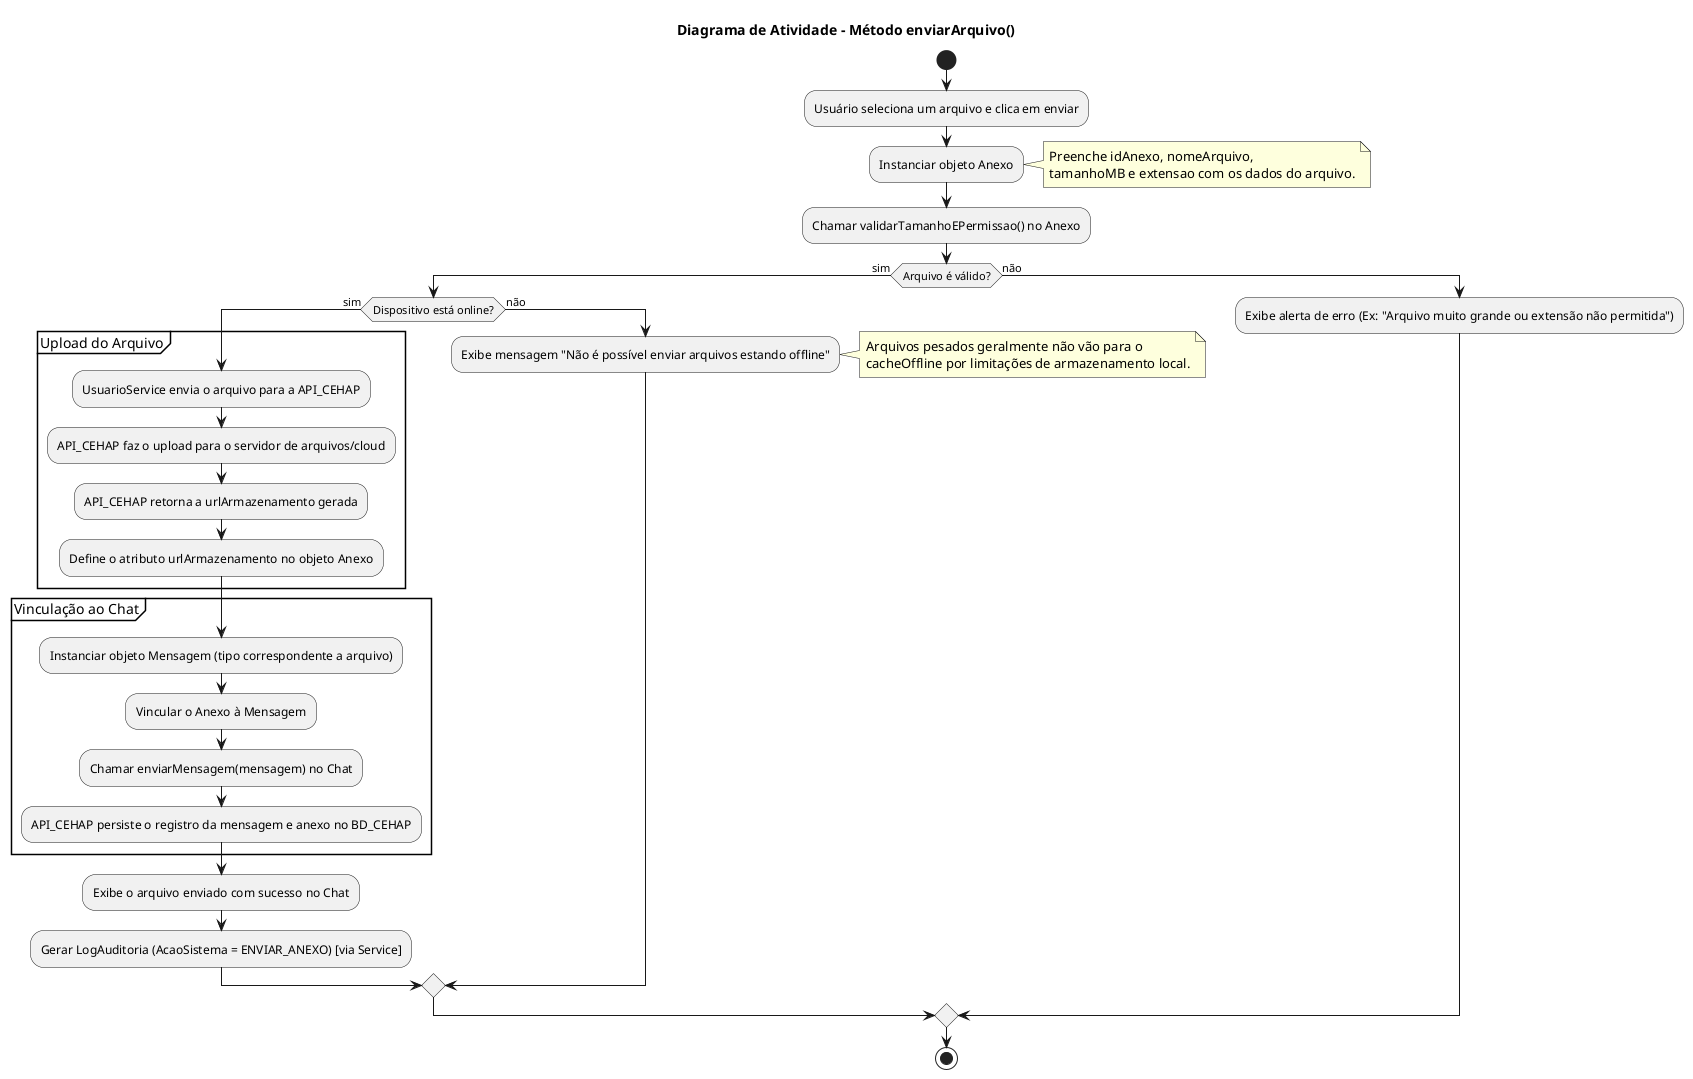
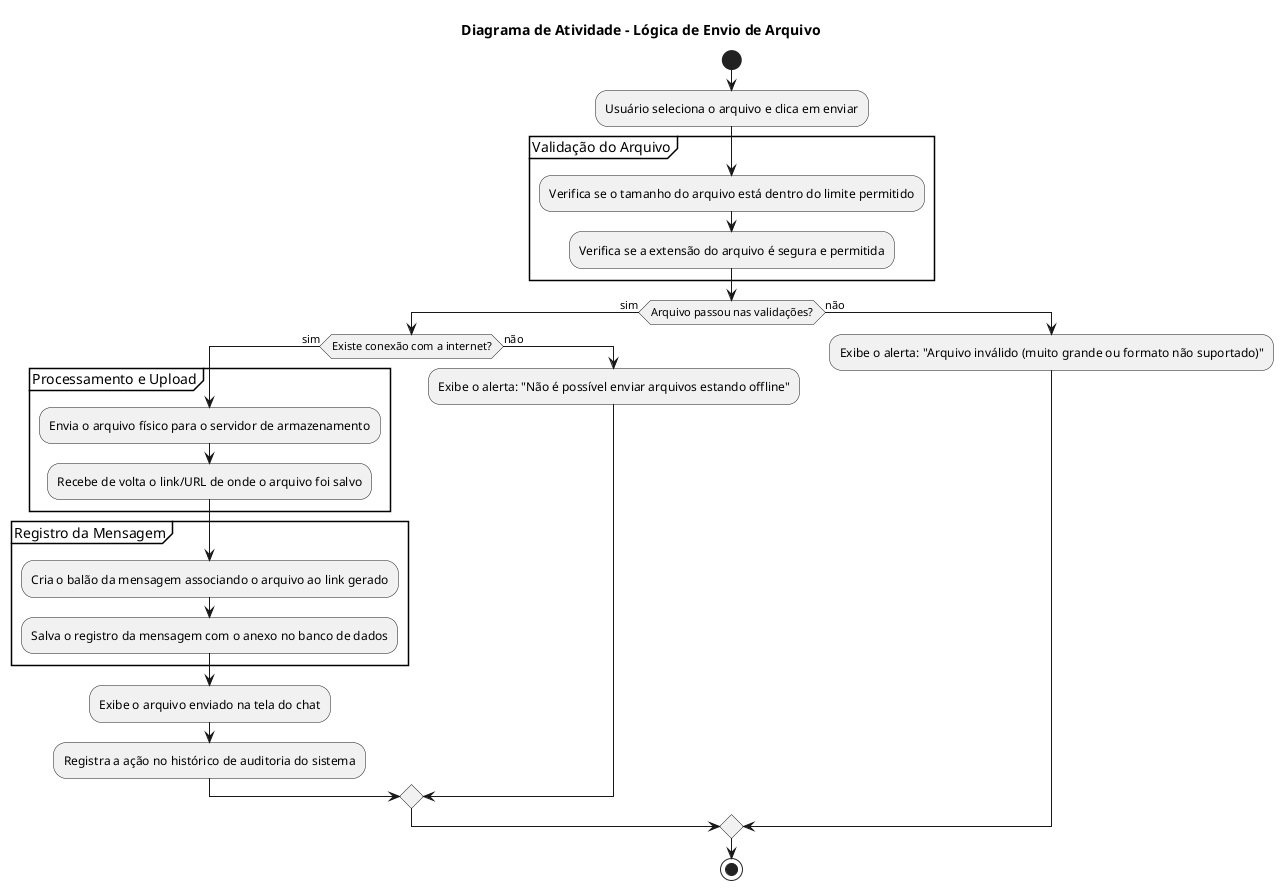
@startuml
- title Diagrama de Atividade - Método enviarArquivo()
+ title Diagrama de Atividade - Lógica de Envio de Arquivo

start

- :Usuário seleciona um arquivo e clica em enviar;
- :Instanciar objeto Anexo;
- note right
-   Preenche idAnexo, nomeArquivo,
-   tamanhoMB e extensao com os dados do arquivo.
- end note
+ :Usuário seleciona o arquivo e clica em enviar;

- :Chamar validarTamanhoEPermissao() no Anexo;
+ partition "Validação do Arquivo" {
+   :Verifica se o tamanho do arquivo está dentro do limite permitido;
+   :Verifica se a extensão do arquivo é segura e permitida;
+ }

- if (Arquivo é válido?) then (sim)
+ if (Arquivo passou nas validações?) then (sim)

-   if (Dispositivo está online?) then (sim)
+   if (Existe conexão com a internet?) then (sim)

-     partition "Upload do Arquivo" {
-       :UsuarioService envia o arquivo para a API_CEHAP;
-       :API_CEHAP faz o upload para o servidor de arquivos/cloud;
-       :API_CEHAP retorna a urlArmazenamento gerada;
-       :Define o atributo urlArmazenamento no objeto Anexo;
+     partition "Processamento e Upload" {
+       :Envia o arquivo físico para o servidor de armazenamento;
+       :Recebe de volta o link/URL de onde o arquivo foi salvo;
    }

-     partition "Vinculação ao Chat" {
-       :Instanciar objeto Mensagem (tipo correspondente a arquivo);
-       :Vincular o Anexo à Mensagem;
-       :Chamar enviarMensagem(mensagem) no Chat;
-       :API_CEHAP persiste o registro da mensagem e anexo no BD_CEHAP;
+     partition "Registro da Mensagem" {
+       :Cria o balão da mensagem associando o arquivo ao link gerado;
+       :Salva o registro da mensagem com o anexo no banco de dados;
    }

-     :Exibe o arquivo enviado com sucesso no Chat;
-     :Gerar LogAuditoria (AcaoSistema = ENVIAR_ANEXO) [via Service];
+     :Exibe o arquivo enviado na tela do chat;
+     :Registra a ação no histórico de auditoria do sistema;

  else (não)
-     :Exibe mensagem "Não é possível enviar arquivos estando offline";
-     note right
-       Arquivos pesados geralmente não vão para o
-       cacheOffline por limitações de armazenamento local.
-     end note
+     :Exibe o alerta: "Não é possível enviar arquivos estando offline";
  endif

else (não)
-   :Exibe alerta de erro (Ex: "Arquivo muito grande ou extensão não permitida");
+   :Exibe o alerta: "Arquivo inválido (muito grande ou formato não suportado)";
endif

stop
@enduml